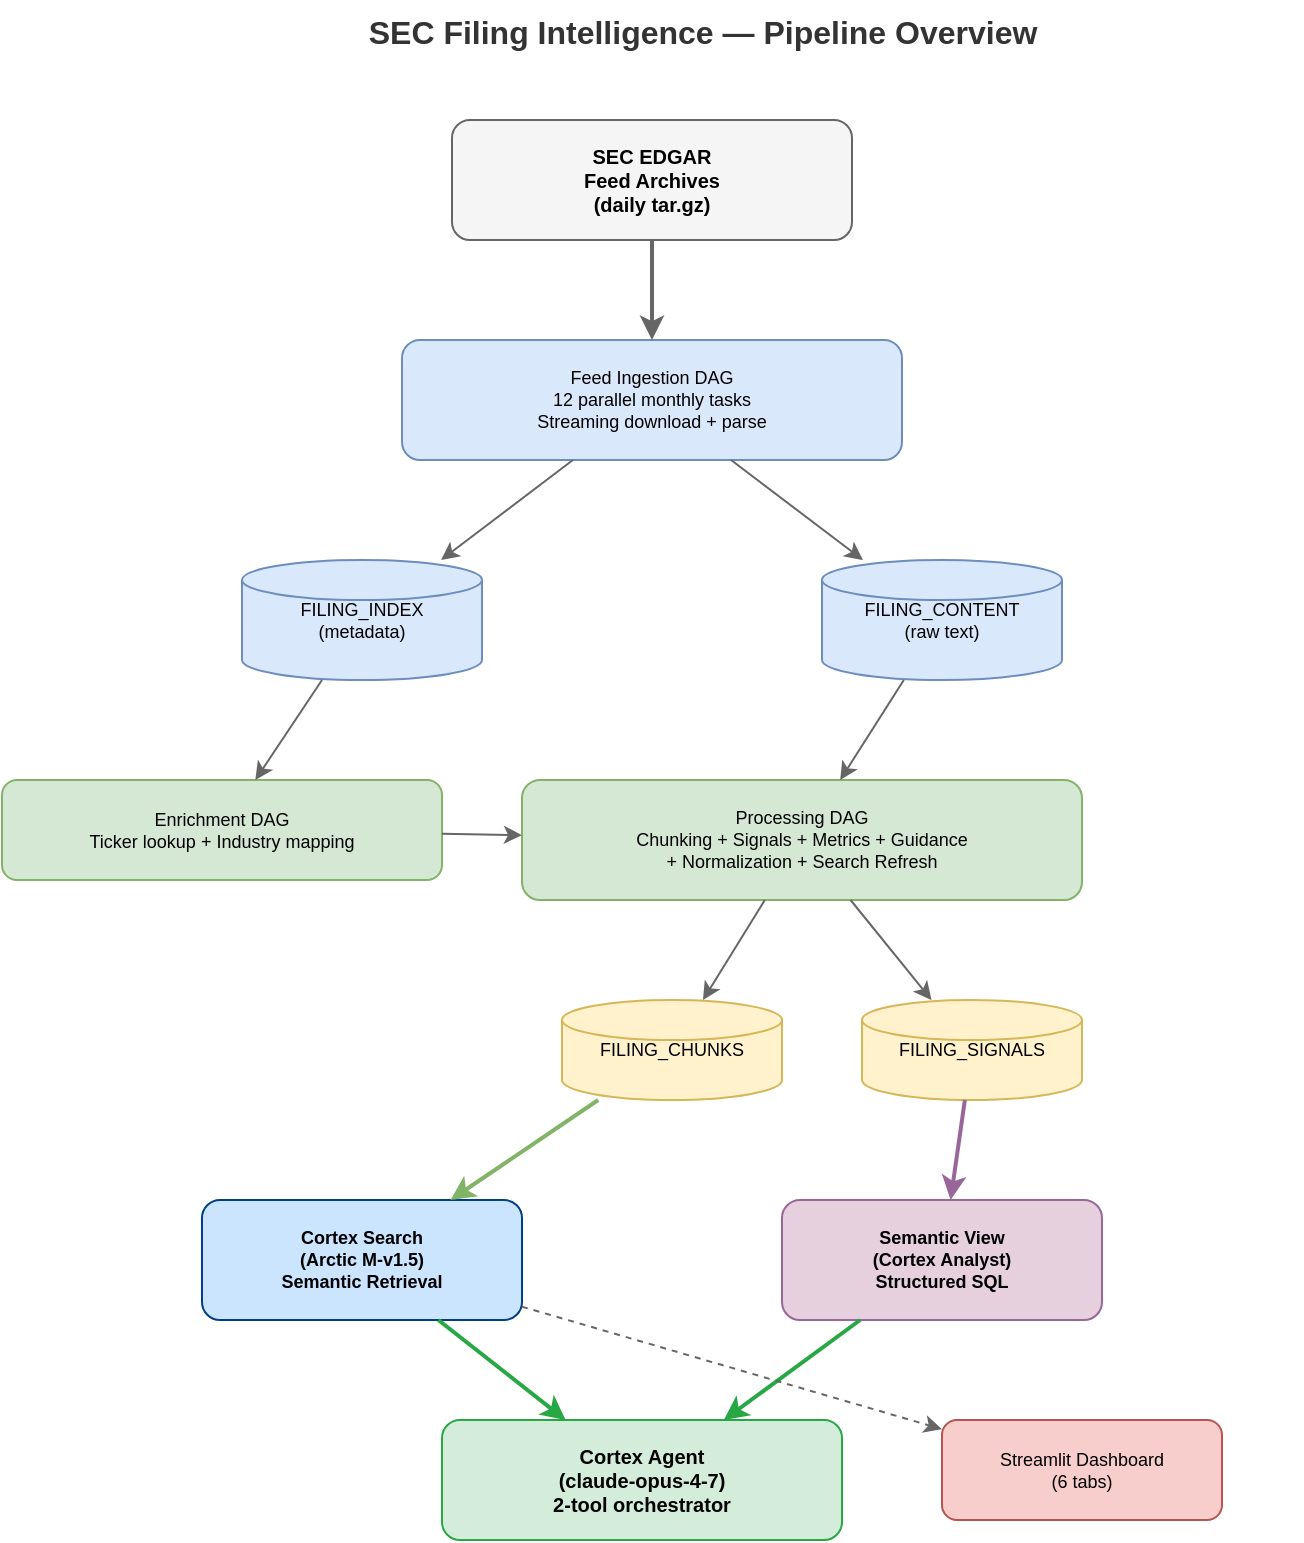
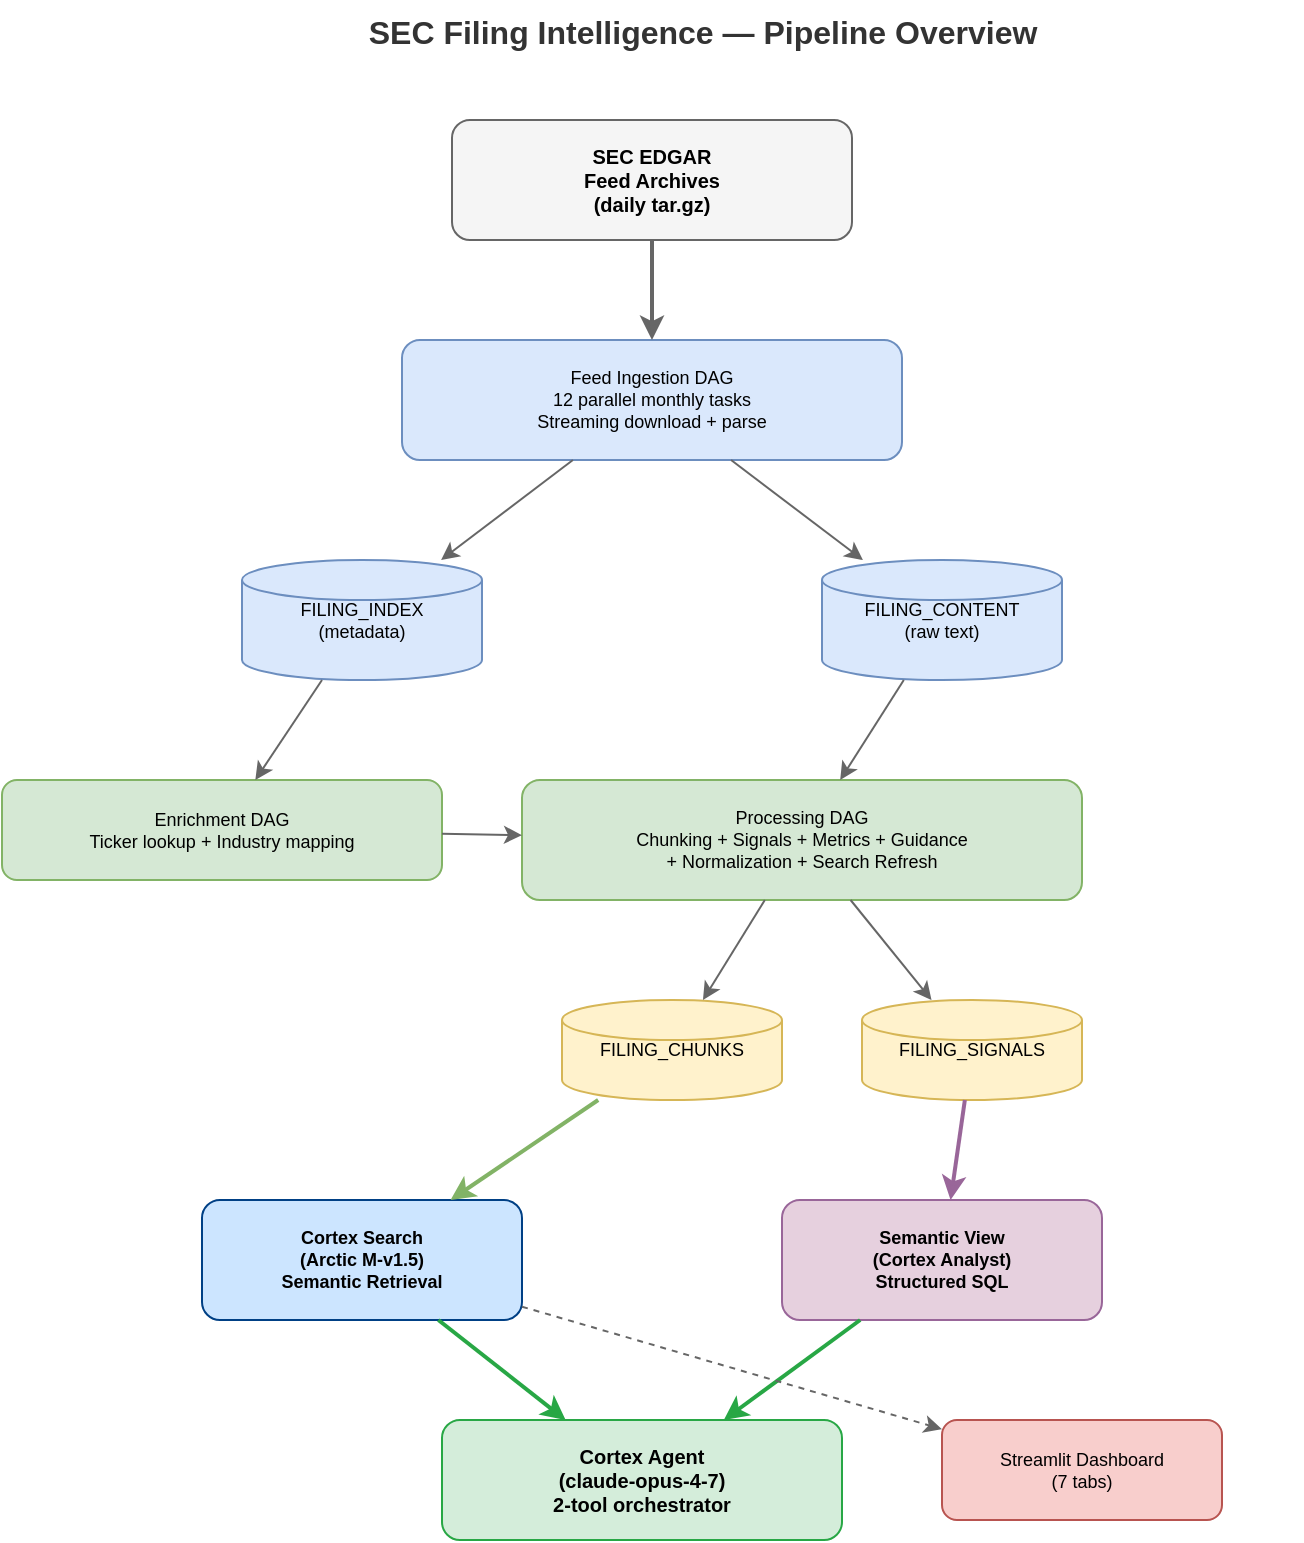
<?xml version='1.0' encoding='UTF-8'?>
<mxfile host="app.diagrams.net">
  <diagram id="pipeline-overview" name="Pipeline Overview"><mxGraphModel dx="1500" dy="900" grid="1" gridSize="10" guides="1" tooltips="1" connect="1" arrows="1" fold="1" page="1" pageScale="1" pageWidth="1500" pageHeight="900" math="0" shadow="0">
      <root>
        <mxCell id="0" />
        <mxCell id="1" parent="0" />


        <mxCell id="title" value="SEC Filing Intelligence — Pipeline Overview" style="text;html=1;strokeColor=none;fillColor=none;align=center;fontSize=16;fontStyle=1;fontColor=#333333;" vertex="1" parent="1">
          <mxGeometry x="450" y="20" width="600" height="30" as="geometry" />
        </mxCell>


        <mxCell id="edgar" value="SEC EDGAR&#10;Feed Archives&#10;(daily tar.gz)" style="rounded=1;whiteSpace=wrap;html=1;fillColor=#f5f5f5;strokeColor=#666666;fontSize=10;fontStyle=1;" vertex="1" parent="1">
          <mxGeometry x="625" y="80" width="200" height="60" as="geometry" />
        </mxCell>


        <mxCell id="feed" value="Feed Ingestion DAG&#10;12 parallel monthly tasks&#10;Streaming download + parse" style="rounded=1;whiteSpace=wrap;html=1;fillColor=#dae8fc;strokeColor=#6c8ebf;fontSize=9;" vertex="1" parent="1">
          <mxGeometry x="600" y="190" width="250" height="60" as="geometry" />
        </mxCell>


        <mxCell id="fi" value="FILING_INDEX&#10;(metadata)" style="shape=cylinder3;whiteSpace=wrap;html=1;fillColor=#dae8fc;strokeColor=#6c8ebf;fontSize=9;size=10;" vertex="1" parent="1">
          <mxGeometry x="520" y="300" width="120" height="60" as="geometry" />
        </mxCell>


        <mxCell id="fc" value="FILING_CONTENT&#10;(raw text)" style="shape=cylinder3;whiteSpace=wrap;html=1;fillColor=#dae8fc;strokeColor=#6c8ebf;fontSize=9;size=10;" vertex="1" parent="1">
          <mxGeometry x="810" y="300" width="120" height="60" as="geometry" />
        </mxCell>


        <mxCell id="enrich" value="Enrichment DAG&#10;Ticker lookup + Industry mapping" style="rounded=1;whiteSpace=wrap;html=1;fillColor=#d5e8d4;strokeColor=#82b366;fontSize=9;" vertex="1" parent="1">
          <mxGeometry x="400" y="410" width="220" height="50" as="geometry" />
        </mxCell>


        <mxCell id="process" value="Processing DAG&#10;Chunking + Signals + Metrics + Guidance&#10;+ Normalization + Search Refresh" style="rounded=1;whiteSpace=wrap;html=1;fillColor=#d5e8d4;strokeColor=#82b366;fontSize=9;" vertex="1" parent="1">
          <mxGeometry x="660" y="410" width="280" height="60" as="geometry" />
        </mxCell>


        <mxCell id="chunks" value="FILING_CHUNKS" style="shape=cylinder3;whiteSpace=wrap;html=1;fillColor=#fff2cc;strokeColor=#d6b656;fontSize=9;size=10;" vertex="1" parent="1">
          <mxGeometry x="680" y="520" width="110" height="50" as="geometry" />
        </mxCell>


        <mxCell id="signals" value="FILING_SIGNALS" style="shape=cylinder3;whiteSpace=wrap;html=1;fillColor=#fff2cc;strokeColor=#d6b656;fontSize=9;size=10;" vertex="1" parent="1">
          <mxGeometry x="830" y="520" width="110" height="50" as="geometry" />
        </mxCell>


        <mxCell id="search" value="Cortex Search&#10;(Arctic M-v1.5)&#10;Semantic Retrieval" style="rounded=1;whiteSpace=wrap;html=1;fillColor=#cce5ff;strokeColor=#004085;fontSize=9;fontStyle=1;" vertex="1" parent="1">
          <mxGeometry x="500" y="620" width="160" height="60" as="geometry" />
        </mxCell>


        <mxCell id="semview" value="Semantic View&#10;(Cortex Analyst)&#10;Structured SQL" style="rounded=1;whiteSpace=wrap;html=1;fillColor=#e6d0de;strokeColor=#996699;fontSize=9;fontStyle=1;" vertex="1" parent="1">
          <mxGeometry x="790" y="620" width="160" height="60" as="geometry" />
        </mxCell>


        <mxCell id="agent" value="Cortex Agent&#10;(claude-opus-4-7)&#10;2-tool orchestrator" style="rounded=1;whiteSpace=wrap;html=1;fillColor=#d4edda;strokeColor=#28a745;fontSize=10;fontStyle=1;" vertex="1" parent="1">
          <mxGeometry x="620" y="730" width="200" height="60" as="geometry" />
        </mxCell>


-         <mxCell id="streamlit" value="Streamlit Dashboard&#10;(6 tabs)" style="rounded=1;whiteSpace=wrap;html=1;fillColor=#f8cecc;strokeColor=#b85450;fontSize=9;" vertex="1" parent="1">
+         <mxCell id="streamlit" value="Streamlit Dashboard&#10;(7 tabs)" style="rounded=1;whiteSpace=wrap;html=1;fillColor=#f8cecc;strokeColor=#b85450;fontSize=9;" vertex="1" parent="1">
          <mxGeometry x="870" y="730" width="140" height="50" as="geometry" />
        </mxCell>


        <mxCell id="e1" style="endArrow=classic;html=1;strokeColor=#666;strokeWidth=2;" edge="1" parent="1" source="edgar" target="feed">
          <mxGeometry relative="1" as="geometry" />
        </mxCell>
        <mxCell id="e2" style="endArrow=classic;html=1;strokeColor=#666;" edge="1" parent="1" source="feed" target="fi">
          <mxGeometry relative="1" as="geometry" />
        </mxCell>
        <mxCell id="e3" style="endArrow=classic;html=1;strokeColor=#666;" edge="1" parent="1" source="feed" target="fc">
          <mxGeometry relative="1" as="geometry" />
        </mxCell>
        <mxCell id="e4" style="endArrow=classic;html=1;strokeColor=#666;" edge="1" parent="1" source="fi" target="enrich">
          <mxGeometry relative="1" as="geometry" />
        </mxCell>
        <mxCell id="e5" style="endArrow=classic;html=1;strokeColor=#666;" edge="1" parent="1" source="fc" target="process">
          <mxGeometry relative="1" as="geometry" />
        </mxCell>
        <mxCell id="e6" style="endArrow=classic;html=1;strokeColor=#666;" edge="1" parent="1" source="enrich" target="process">
          <mxGeometry relative="1" as="geometry" />
        </mxCell>
        <mxCell id="e7" style="endArrow=classic;html=1;strokeColor=#666;" edge="1" parent="1" source="process" target="chunks">
          <mxGeometry relative="1" as="geometry" />
        </mxCell>
        <mxCell id="e8" style="endArrow=classic;html=1;strokeColor=#666;" edge="1" parent="1" source="process" target="signals">
          <mxGeometry relative="1" as="geometry" />
        </mxCell>
        <mxCell id="e9" style="endArrow=classic;html=1;strokeColor=#82b366;strokeWidth=2;" edge="1" parent="1" source="chunks" target="search">
          <mxGeometry relative="1" as="geometry" />
        </mxCell>
        <mxCell id="e10" style="endArrow=classic;html=1;strokeColor=#996699;strokeWidth=2;" edge="1" parent="1" source="signals" target="semview">
          <mxGeometry relative="1" as="geometry" />
        </mxCell>
        <mxCell id="e11" style="endArrow=classic;html=1;strokeColor=#28a745;strokeWidth=2;" edge="1" parent="1" source="search" target="agent">
          <mxGeometry relative="1" as="geometry" />
        </mxCell>
        <mxCell id="e12" style="endArrow=classic;html=1;strokeColor=#28a745;strokeWidth=2;" edge="1" parent="1" source="semview" target="agent">
          <mxGeometry relative="1" as="geometry" />
        </mxCell>
        <mxCell id="e13" style="endArrow=classic;html=1;strokeColor=#666;dashed=1;" edge="1" parent="1" source="search" target="streamlit">
          <mxGeometry relative="1" as="geometry" />
        </mxCell>
      </root>
    </mxGraphModel>
  </diagram>
</mxfile>